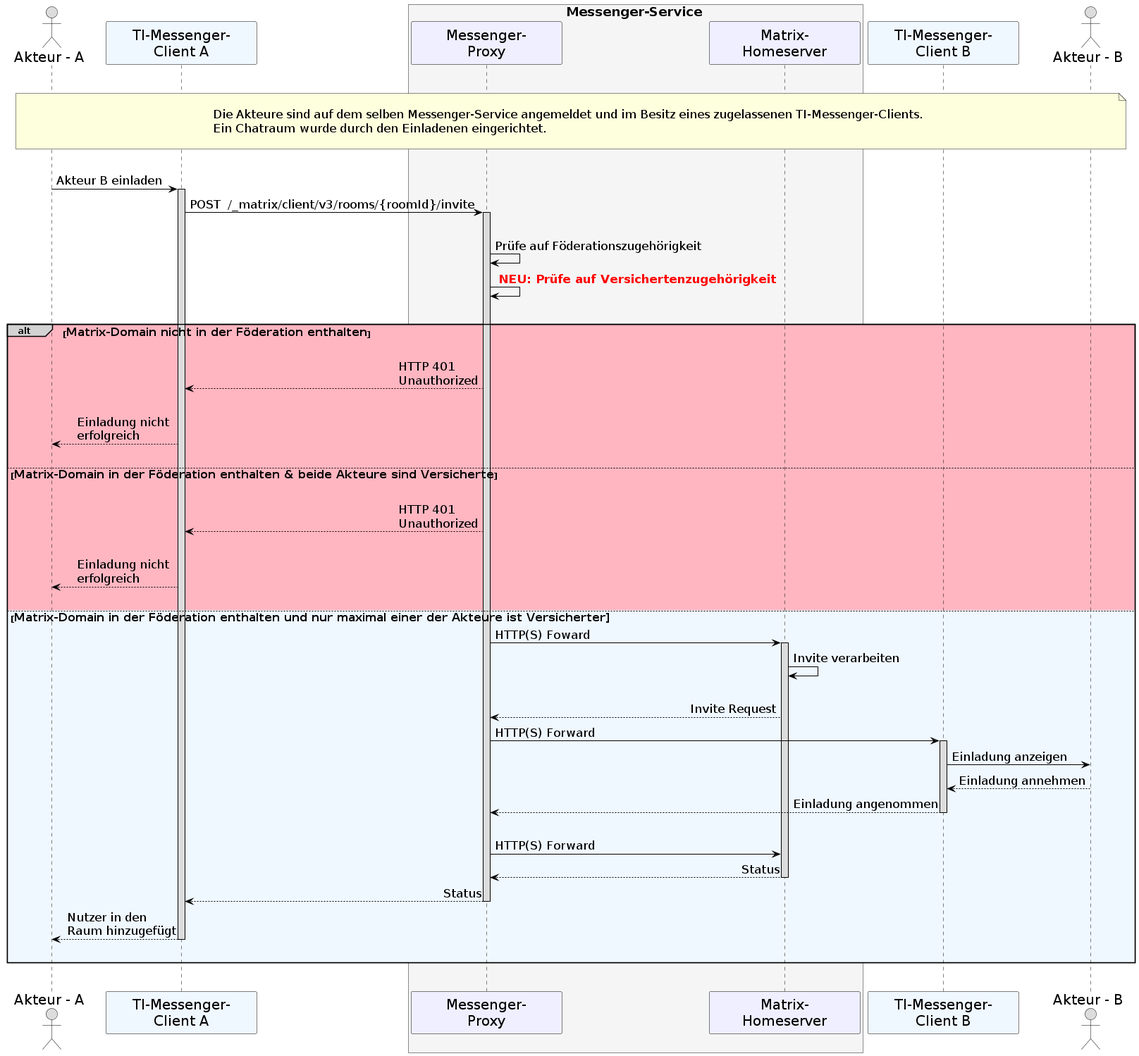
gematik/api-ti-messenger keeps this PlantUML diagram as images/diagrams/TI-Messenger-Dienst/Ressourcen/UC_10104_Seq_fdv.png. Above is the earlier version. Its diagram source:
```plantuml
@startuml
skinparam sequenceMessageAlign direction
skinparam minClassWidth 200
skinparam BoxPadding 1
skinparam sequenceReferenceHeaderBackgroundColor palegreen
scale max 2048 width

skinparam sequence {
ArrowColor black
ArrowFontSize 17
ActorBorderColor black
LifeLineBorderColor black
LifeLineBackgroundColor Gainsboro

ParticipantBorderColor Motivation
ParticipantBackgroundColor Motivation
ParticipantFontName Impact
ParticipantFontSize 20
ParticipantFontColor black
ParticipantBorderColor Black
ParticipantBackgroundColor MOTIVATION

ActorBackgroundColor Gainsboro
ActorFontColor black
ActorFontSize 20
ActorFontName Aapex
}
    actor U1 as "Akteur - A"
    participant C1 as "TI-Messenger-\nClient A" #AliceBlue
    box <size:18>Messenger-Service</size> #WhiteSmoke
      participant MP as "Messenger-\nProxy"
      participant MH as "Matrix-\nHomeserver"
    end box
    participant C2 as "TI-Messenger-\nClient B" #AliceBlue
    actor U2 as "Akteur - B"

|||
note over U1, U2: \n<size:17>Die Akteure sind auf dem selben Messenger-Service angemeldet und im Besitz eines zugelassenen TI-Messenger-Clients.\n<size:17>Ein Chatraum wurde durch den Einladenen eingerichtet.</size>\n
|||
    U1->C1: Akteur B einladen
    activate C1
    C1->MP: POST  /_matrix/client/v3/rooms/{roomId}/invite
    activate MP
    |||
      MP->MP: Prüfe auf Föderationszugehörigkeit
      MP->MP: <font color=red> <b>NEU: Prüfe auf Versichertenzugehörigkeit
    |||

    alt#LightGrey #LightPink <size:16>Matrix-Domain nicht in der Föderation enthalten</size>
      |||
      MP-->C1: HTTP 401 \nUnauthorized
      |||
      C1-->U1: Einladung nicht \nerfolgreich
      |||

      else <size:16>Matrix-Domain in der Föderation enthalten & beide Akteure sind Versicherte</size>
      |||
      MP-->C1: HTTP 401 \nUnauthorized
      |||
      C1-->U1: Einladung nicht \nerfolgreich
      |||

      else #AliceBlue <size:16>Matrix-Domain in der Föderation enthalten und nur maximal einer der Akteure ist Versicherter
      MP->MH: HTTP(S) Foward
        activate MH
      MH->MH: Invite verarbeiten
      |||
          MH-->MP: Invite Request
          MP->C2: HTTP(S) Forward
            activate C2
          C2->U2: Einladung anzeigen
          U2-->C2: Einladung annehmen
          C2-->MP: Einladung angenommen
          deactivate C2
          |||
          MP->MH: HTTP(S) Forward
          MH-->MP: Status
            deactivate MH
          MP-->C1: Status
          deactivate MP
          C1-->U1: Nutzer in den \nRaum hinzugefügt
          deactivate C1
        |||
        end
 |||
@enduml
```
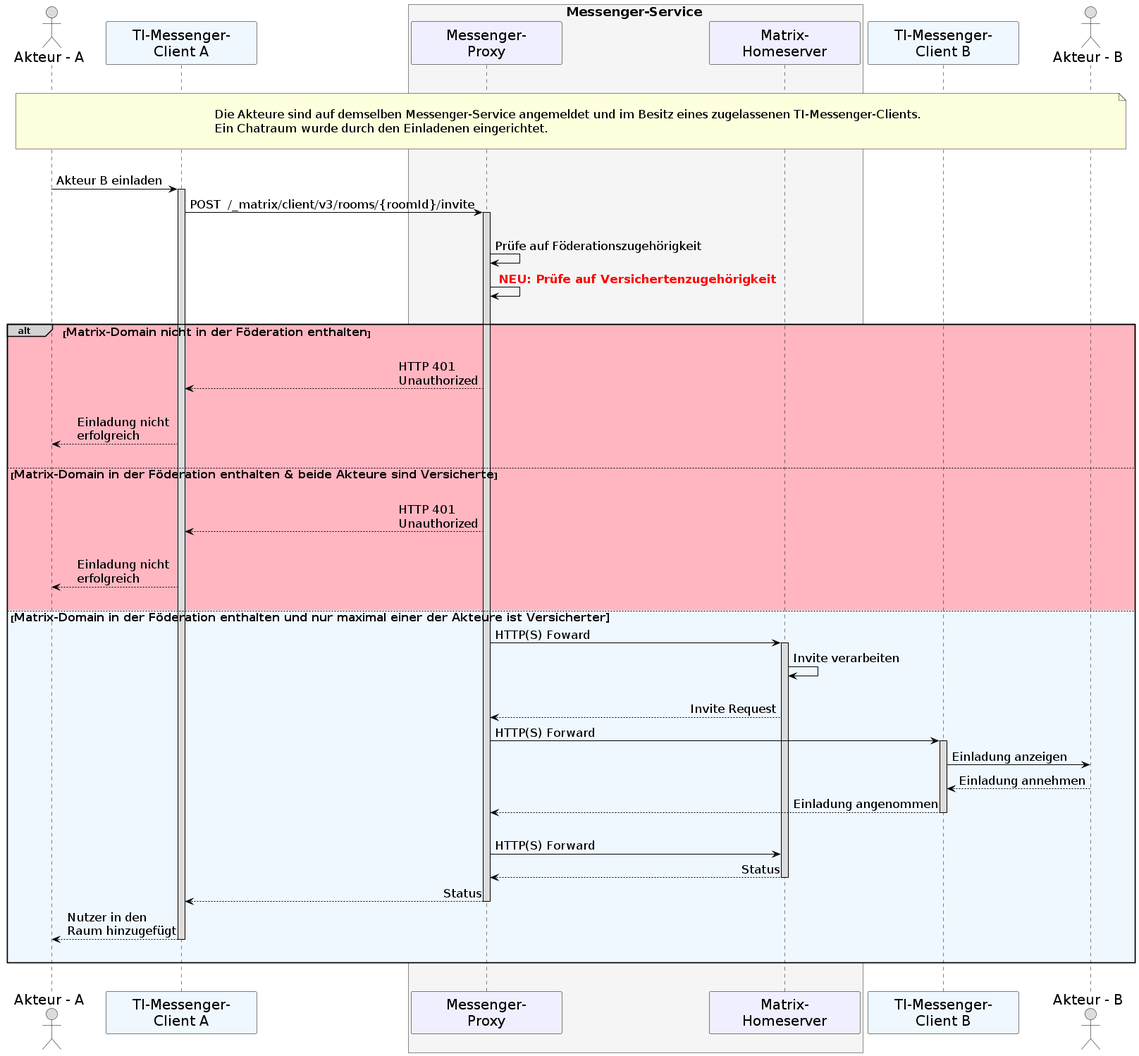
After the commit.

What changed in the source:
```diff
@@ -35,7 +35,7 @@
     actor U2 as "Akteur - B"
 
 |||
-note over U1, U2: \n<size:17>Die Akteure sind auf dem selben Messenger-Service angemeldet und im Besitz eines zugelassenen TI-Messenger-Clients.\n<size:17>Ein Chatraum wurde durch den Einladenen eingerichtet.</size>\n
+note over U1, U2: \n<size:17>Die Akteure sind auf demselben Messenger-Service angemeldet und im Besitz eines zugelassenen TI-Messenger-Clients.\n<size:17>Ein Chatraum wurde durch den Einladenen eingerichtet.</size>\n
 |||
     U1->C1: Akteur B einladen
     activate C1
```
